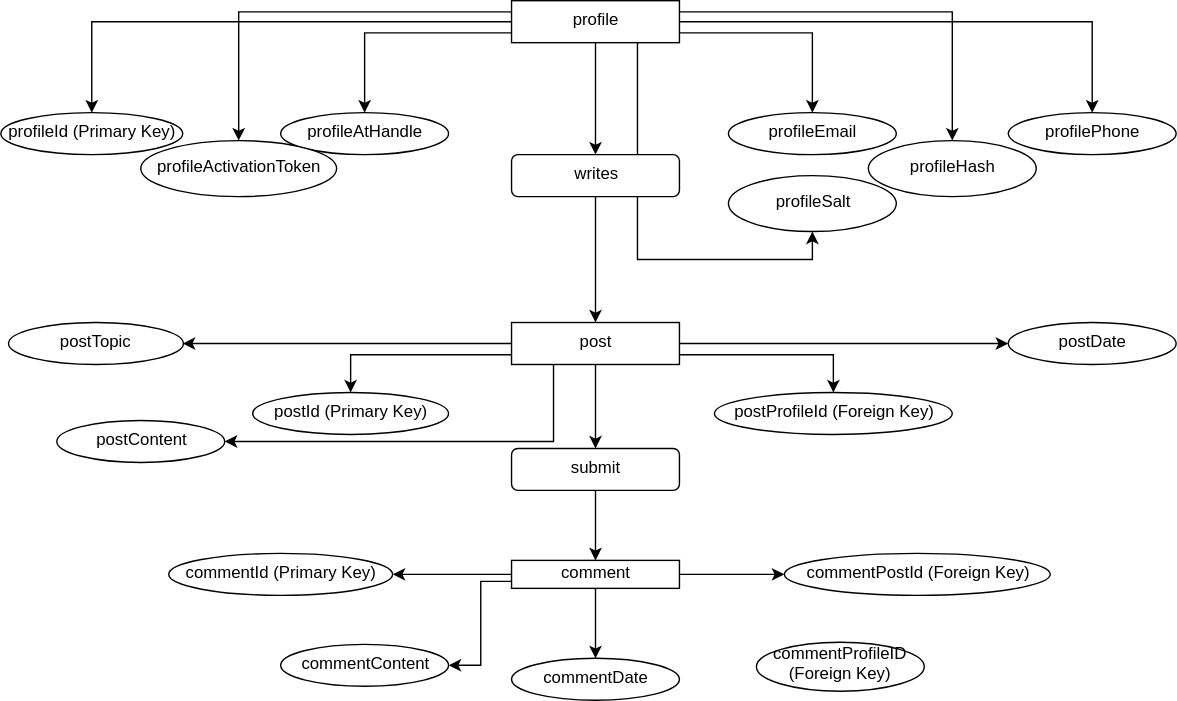
KDAtkins/data-design keeps this draw.io diagram as images/data-design-erd.svg. Above is the earlier version. Source tidied: cells renumbered, new cells last; positions are measured from the earlier drawing's top-left corner, leaving out a move shared by most shapes.
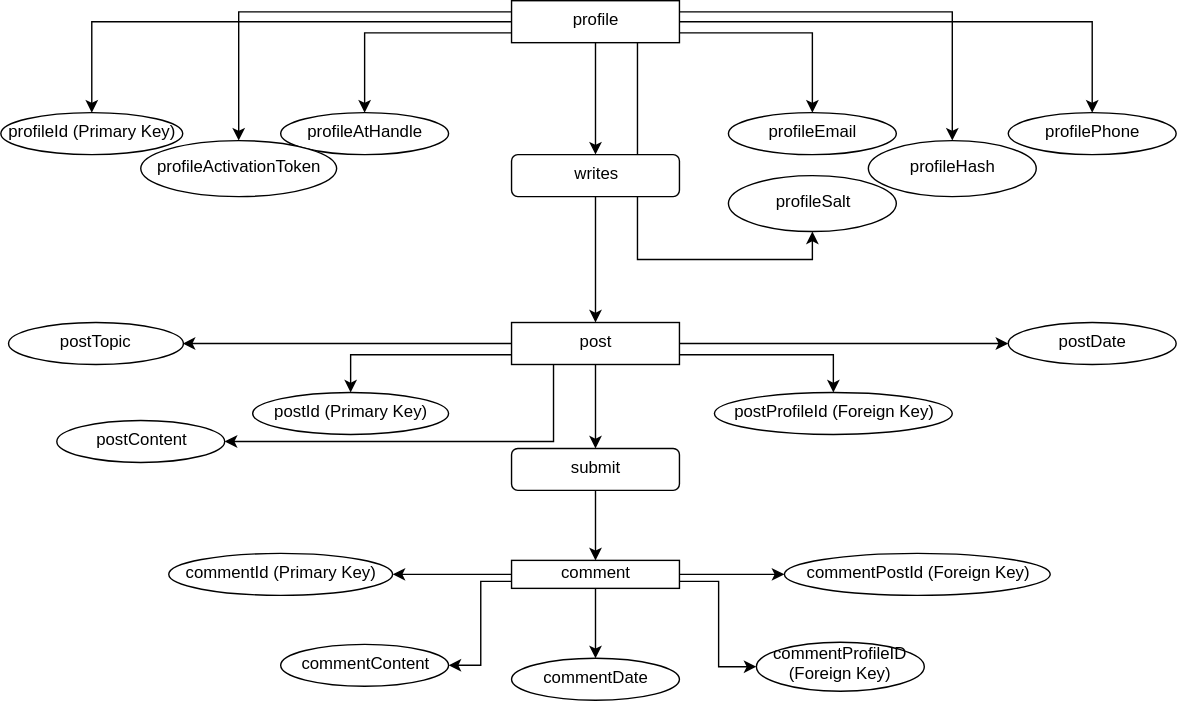
After the commit.

Change to the diagram source:
```diff
@@ -74,6 +74,9 @@
     <mxCell id="25" style="edgeStyle=orthogonalEdgeStyle;rounded=0;html=1;exitX=0;exitY=0.75;entryX=1;entryY=0.5;jettySize=auto;" parent="1" edge="1" source="26" target="40">
       <mxGeometry relative="1" as="geometry" />
     </mxCell>
+    <mxCell id="45" style="edgeStyle=orthogonalEdgeStyle;rounded=0;html=1;exitX=1;exitY=0.75;entryX=0;entryY=0.5;jettySize=auto;" parent="1" edge="1" source="26" target="44">
+      <mxGeometry relative="1" as="geometry" />
+    </mxCell>
     <mxCell id="26" value="comment" style="rounded=0;whiteSpace=wrap;html=1;" parent="1" vertex="1">
       <mxGeometry x="365" y="400" width="120" height="20" as="geometry" />
     </mxCell>
```
